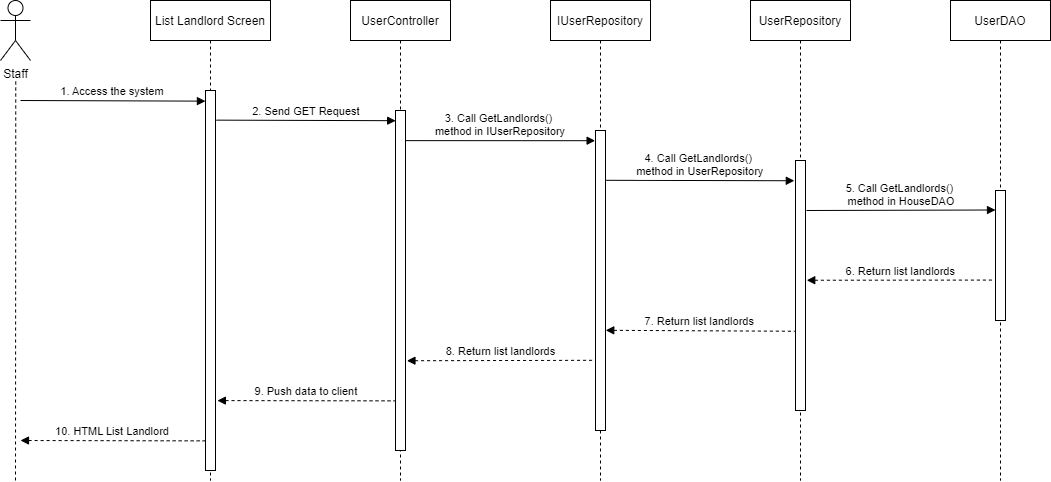
This is Documentation/Diagram/Sequence Diagrams/(Staff) List Landlord Sequence Diagram.drawio.png from nguyenthegiang/fu-house-finder, a draw.io export, as it was before one commit. Source tidied: cells renumbered, new cells last; positions are measured from the earlier drawing's top-left corner, leaving out a move shared by most shapes.
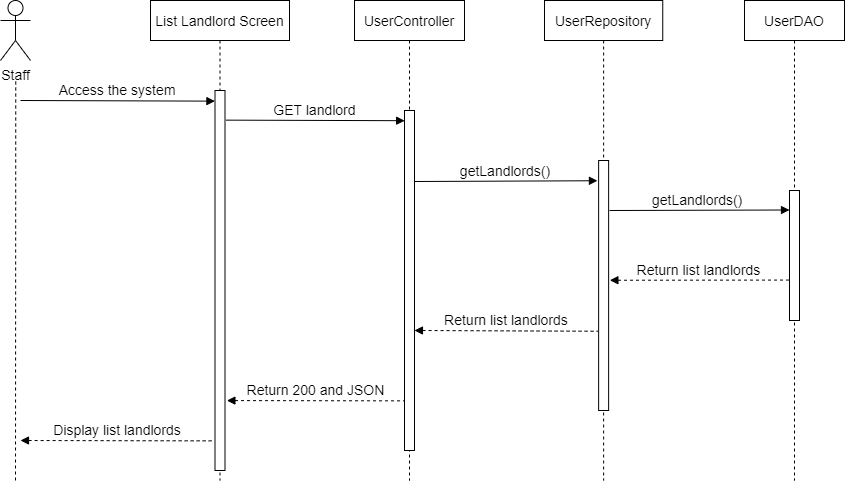
Later version of the same file.

Diff of the diagram source:
```diff
@@ -2,80 +2,68 @@
   <root>
     <mxCell id="0" />
     <mxCell id="1" parent="0" />
-    <mxCell id="2" value="List Landlord Screen" style="shape=umlLifeline;perimeter=lifelinePerimeter;rounded=0;shadow=0;strokeWidth=1;" parent="1" vertex="1">
-      <mxGeometry x="150" width="120" height="480" as="geometry" />
+    <mxCell id="2" value="List Landlord Screen" style="shape=umlLifeline;perimeter=lifelinePerimeter;rounded=0;shadow=0;strokeWidth=1;fontSize=14;" parent="1" vertex="1">
+      <mxGeometry x="226" y="639" width="139" height="480" as="geometry" />
     </mxCell>
-    <mxCell id="3" style="points=[];perimeter=orthogonalPerimeter;rounded=0;shadow=0;strokeWidth=1;" parent="2" vertex="1">
-      <mxGeometry x="55" y="90" width="10" height="380" as="geometry" />
-    </mxCell>
+    <mxCell id="24" style="points=[];perimeter=orthogonalPerimeter;rounded=0;shadow=0;strokeWidth=1;fontSize=14;" parent="2" vertex="1">
+      <mxGeometry x="64.5" y="90" width="10" height="380" as="geometry" />
+    </mxCell>
-    <mxCell id="4" value="UserController" style="shape=umlLifeline;perimeter=lifelinePerimeter;rounded=0;shadow=0;strokeWidth=1;" parent="1" vertex="1">
-      <mxGeometry x="350" width="100" height="480" as="geometry" />
+    <mxCell id="4" value="UserController" style="shape=umlLifeline;perimeter=lifelinePerimeter;rounded=0;shadow=0;strokeWidth=1;fontSize=14;" parent="1" vertex="1">
+      <mxGeometry x="430" y="639" width="110" height="480" as="geometry" />
     </mxCell>
-    <mxCell id="5" style="points=[];perimeter=orthogonalPerimeter;rounded=0;shadow=0;strokeWidth=1;" parent="4" vertex="1">
-      <mxGeometry x="45" y="110" width="10" height="340" as="geometry" />
-    </mxCell>
+    <mxCell id="25" style="points=[];perimeter=orthogonalPerimeter;rounded=0;shadow=0;strokeWidth=1;fontSize=14;" parent="4" vertex="1">
+      <mxGeometry x="50" y="110" width="10" height="340" as="geometry" />
+    </mxCell>
-    <mxCell id="6" value="Staff" style="shape=umlActor;verticalLabelPosition=bottom;verticalAlign=top;html=1;" parent="1" vertex="1">
-      <mxGeometry width="30" height="60" as="geometry" />
+    <mxCell id="6" value="Staff" style="shape=umlActor;verticalLabelPosition=bottom;verticalAlign=top;html=1;fontSize=14;" parent="1" vertex="1">
+      <mxGeometry x="76" y="639" width="30" height="60" as="geometry" />
     </mxCell>
-    <mxCell id="7" style="endArrow=none;dashed=1;html=1;rounded=0;startArrow=none;" parent="1" edge="1">
-      <mxGeometry relative="1" as="geometry">
-        <mxPoint x="15" y="480" as="sourcePoint" />
-        <mxPoint x="15.2" y="80" as="targetPoint" />
-      </mxGeometry>
-    </mxCell>
-    <mxCell id="8" value="1. Access the system" style="verticalAlign=bottom;endArrow=block;entryX=-0.007;entryY=0.028;shadow=0;strokeWidth=1;entryDx=0;entryDy=0;entryPerimeter=0;" parent="1" edge="1" target="3">
-      <mxGeometry relative="1" as="geometry">
-        <mxPoint x="20" y="100" as="sourcePoint" />
-      </mxGeometry>
-    </mxCell>
-    <mxCell id="9" value="2. Send GET Request" style="verticalAlign=bottom;endArrow=block;shadow=0;strokeWidth=1;entryX=0.016;entryY=0.03;entryDx=0;entryDy=0;entryPerimeter=0;exitX=1.094;exitY=0.078;exitDx=0;exitDy=0;exitPerimeter=0;" parent="1" edge="1" source="3" target="5">
-      <mxGeometry relative="1" as="geometry" />
-    </mxCell>
-    <mxCell id="10" value="IUserRepository" style="shape=umlLifeline;perimeter=lifelinePerimeter;rounded=0;shadow=0;strokeWidth=1;" parent="1" vertex="1">
-      <mxGeometry x="550" width="100" height="480" as="geometry" />
-    </mxCell>
-    <mxCell id="11" style="points=[];perimeter=orthogonalPerimeter;rounded=0;shadow=0;strokeWidth=1;" parent="10" vertex="1">
-      <mxGeometry x="45" y="130" width="10" height="300" as="geometry" />
-    </mxCell>
-    <mxCell id="12" value="3. Call GetLandlords()  &#10;method in IUserRepository" style="verticalAlign=bottom;endArrow=block;shadow=0;strokeWidth=1;entryX=-0.037;entryY=0.034;entryDx=0;entryDy=0;entryPerimeter=0;exitX=1.019;exitY=0.159;exitDx=0;exitDy=0;exitPerimeter=0;" parent="10" edge="1" target="11">
-      <mxGeometry relative="1" as="geometry">
-        <mxPoint x="-145" y="140.1" as="sourcePoint" />
-      </mxGeometry>
-    </mxCell>
+    <mxCell id="26" style="endArrow=none;dashed=1;html=1;rounded=0;startArrow=none;fontSize=14;" parent="1" edge="1">
+      <mxGeometry relative="1" as="geometry">
+        <mxPoint x="91" y="1119" as="sourcePoint" />
+        <mxPoint x="91.2" y="719" as="targetPoint" />
+      </mxGeometry>
+    </mxCell>
+    <mxCell id="27" value="Access the system" style="verticalAlign=bottom;endArrow=block;entryX=-0.007;entryY=0.028;shadow=0;strokeWidth=1;entryDx=0;entryDy=0;entryPerimeter=0;fontSize=14;" parent="1" edge="1" target="24">
+      <mxGeometry relative="1" as="geometry">
+        <mxPoint x="96" y="739" as="sourcePoint" />
+      </mxGeometry>
+    </mxCell>
+    <mxCell id="28" value="GET landlord" style="verticalAlign=bottom;endArrow=block;shadow=0;strokeWidth=1;entryX=0.016;entryY=0.03;entryDx=0;entryDy=0;entryPerimeter=0;exitX=1.094;exitY=0.078;exitDx=0;exitDy=0;exitPerimeter=0;fontSize=14;" parent="1" edge="1" source="24" target="25">
+      <mxGeometry relative="1" as="geometry" />
+    </mxCell>
-    <mxCell id="13" value="UserRepository" style="shape=umlLifeline;perimeter=lifelinePerimeter;rounded=0;shadow=0;strokeWidth=1;" parent="1" vertex="1">
-      <mxGeometry x="750" width="100" height="480" as="geometry" />
+    <mxCell id="13" value="UserRepository" style="shape=umlLifeline;perimeter=lifelinePerimeter;rounded=0;shadow=0;strokeWidth=1;fontSize=14;" parent="1" vertex="1">
+      <mxGeometry x="620" y="639" width="118.2" height="480" as="geometry" />
     </mxCell>
-    <mxCell id="14" style="points=[];perimeter=orthogonalPerimeter;rounded=0;shadow=0;strokeWidth=1;" parent="13" vertex="1">
-      <mxGeometry x="45" y="160" width="10" height="250" as="geometry" />
-    </mxCell>
+    <mxCell id="29" style="points=[];perimeter=orthogonalPerimeter;rounded=0;shadow=0;strokeWidth=1;fontSize=14;" parent="13" vertex="1">
+      <mxGeometry x="54.1" y="160" width="10" height="250" as="geometry" />
+    </mxCell>
-    <mxCell id="15" value="UserDAO" style="shape=umlLifeline;perimeter=lifelinePerimeter;rounded=0;shadow=0;strokeWidth=1;" parent="1" vertex="1">
-      <mxGeometry x="950" width="100" height="480" as="geometry" />
+    <mxCell id="15" value="UserDAO" style="shape=umlLifeline;perimeter=lifelinePerimeter;rounded=0;shadow=0;strokeWidth=1;fontSize=14;" parent="1" vertex="1">
+      <mxGeometry x="820" y="639" width="100" height="480" as="geometry" />
     </mxCell>
-    <mxCell id="16" style="points=[];perimeter=orthogonalPerimeter;rounded=0;shadow=0;strokeWidth=1;" parent="15" vertex="1">
-      <mxGeometry x="45" y="190" width="10" height="130" as="geometry" />
-    </mxCell>
-    <mxCell id="17" value="4. Call GetLandlords()  &#10;method in UserRepository" style="verticalAlign=bottom;endArrow=block;shadow=0;strokeWidth=1;exitX=1.076;exitY=0.166;exitDx=0;exitDy=0;exitPerimeter=0;entryX=-0.12;entryY=0.081;entryDx=0;entryDy=0;entryPerimeter=0;" parent="1" edge="1" source="11" target="14">
-      <mxGeometry relative="1" as="geometry" />
-    </mxCell>
-    <mxCell id="18" value="5. Call GetLandlords()  &#10;method in HouseDAO" style="verticalAlign=bottom;endArrow=block;shadow=0;strokeWidth=1;exitX=1.097;exitY=0.2;exitDx=0;exitDy=0;exitPerimeter=0;entryX=0;entryY=0.15;entryDx=0;entryDy=0;entryPerimeter=0;" parent="1" edge="1" source="14" target="16">
-      <mxGeometry relative="1" as="geometry" />
-    </mxCell>
-    <mxCell id="19" value="6. Return list landlords" style="verticalAlign=bottom;endArrow=none;shadow=0;strokeWidth=1;entryX=-0.102;entryY=0.689;entryDx=0;entryDy=0;entryPerimeter=0;endFill=0;startArrow=block;startFill=1;dashed=1;exitX=1.126;exitY=0.479;exitDx=0;exitDy=0;exitPerimeter=0;" parent="1" edge="1" source="14" target="16">
-      <mxGeometry relative="1" as="geometry" />
-    </mxCell>
-    <mxCell id="20" value="7. Return list landlords" style="verticalAlign=bottom;endArrow=none;shadow=0;strokeWidth=1;endFill=0;startArrow=block;startFill=1;dashed=1;exitX=1.025;exitY=0.666;exitDx=0;exitDy=0;exitPerimeter=0;entryX=-0.079;entryY=0.683;entryDx=0;entryDy=0;entryPerimeter=0;" parent="1" edge="1" source="11" target="14">
-      <mxGeometry relative="1" as="geometry" />
-    </mxCell>
-    <mxCell id="21" value="8. Return list landlords" style="verticalAlign=bottom;endArrow=none;shadow=0;strokeWidth=1;entryX=-0.109;entryY=0.766;entryDx=0;entryDy=0;entryPerimeter=0;endFill=0;startArrow=block;startFill=1;dashed=1;exitX=1.145;exitY=0.736;exitDx=0;exitDy=0;exitPerimeter=0;" parent="1" edge="1" source="5" target="11">
-      <mxGeometry relative="1" as="geometry" />
-    </mxCell>
-    <mxCell id="22" value="9. Push data to client" style="verticalAlign=bottom;endArrow=none;shadow=0;strokeWidth=1;entryX=-0.049;entryY=0.854;entryDx=0;entryDy=0;entryPerimeter=0;endFill=0;startArrow=block;startFill=1;dashed=1;exitX=1.19;exitY=0.816;exitDx=0;exitDy=0;exitPerimeter=0;" parent="1" edge="1" source="3" target="5">
-      <mxGeometry relative="1" as="geometry" />
-    </mxCell>
-    <mxCell id="23" value="10. HTML List Landlord" style="verticalAlign=bottom;endArrow=none;shadow=0;strokeWidth=1;entryX=-0.034;entryY=0.922;entryDx=0;entryDy=0;entryPerimeter=0;endFill=0;startArrow=block;startFill=1;dashed=1;" parent="1" edge="1" target="3">
-      <mxGeometry relative="1" as="geometry">
-        <mxPoint x="20" y="440" as="sourcePoint" />
-      </mxGeometry>
-    </mxCell>
+    <mxCell id="30" style="points=[];perimeter=orthogonalPerimeter;rounded=0;shadow=0;strokeWidth=1;fontSize=14;" parent="15" vertex="1">
+      <mxGeometry x="45" y="190" width="10" height="130" as="geometry" />
+    </mxCell>
+    <mxCell id="31" value="getLandlords()" style="verticalAlign=bottom;endArrow=block;shadow=0;strokeWidth=1;entryX=-0.12;entryY=0.081;entryDx=0;entryDy=0;entryPerimeter=0;fontSize=14;" parent="1" edge="1" target="29">
+      <mxGeometry relative="1" as="geometry">
+        <mxPoint x="490" y="820" as="sourcePoint" />
+      </mxGeometry>
+    </mxCell>
+    <mxCell id="32" value="getLandlords() " style="verticalAlign=bottom;endArrow=block;shadow=0;strokeWidth=1;exitX=1.097;exitY=0.2;exitDx=0;exitDy=0;exitPerimeter=0;entryX=0;entryY=0.15;entryDx=0;entryDy=0;entryPerimeter=0;fontSize=14;" parent="1" edge="1" source="29" target="30">
+      <mxGeometry relative="1" as="geometry" />
+    </mxCell>
+    <mxCell id="33" value="Return list landlords" style="verticalAlign=bottom;endArrow=none;shadow=0;strokeWidth=1;entryX=-0.102;entryY=0.689;entryDx=0;entryDy=0;entryPerimeter=0;endFill=0;startArrow=block;startFill=1;dashed=1;exitX=1.126;exitY=0.479;exitDx=0;exitDy=0;exitPerimeter=0;fontSize=14;" parent="1" edge="1" source="29" target="30">
+      <mxGeometry relative="1" as="geometry" />
+    </mxCell>
+    <mxCell id="34" value="Return list landlords" style="verticalAlign=bottom;endArrow=none;shadow=0;strokeWidth=1;endFill=0;startArrow=block;startFill=1;dashed=1;exitX=0.995;exitY=0.647;exitDx=0;exitDy=0;exitPerimeter=0;entryX=-0.079;entryY=0.683;entryDx=0;entryDy=0;entryPerimeter=0;fontSize=14;" parent="1" edge="1" source="25" target="29">
+      <mxGeometry relative="1" as="geometry" />
+    </mxCell>
+    <mxCell id="35" value="Return 200 and JSON" style="verticalAlign=bottom;endArrow=none;shadow=0;strokeWidth=1;entryX=-0.049;entryY=0.854;entryDx=0;entryDy=0;entryPerimeter=0;endFill=0;startArrow=block;startFill=1;dashed=1;exitX=1.19;exitY=0.816;exitDx=0;exitDy=0;exitPerimeter=0;fontSize=14;" parent="1" edge="1" source="24" target="25">
+      <mxGeometry relative="1" as="geometry" />
+    </mxCell>
+    <mxCell id="36" value="Display list landlords" style="verticalAlign=bottom;endArrow=none;shadow=0;strokeWidth=1;entryX=-0.034;entryY=0.922;entryDx=0;entryDy=0;entryPerimeter=0;endFill=0;startArrow=block;startFill=1;dashed=1;fontSize=14;" parent="1" edge="1" target="24">
+      <mxGeometry relative="1" as="geometry">
+        <mxPoint x="96" y="1079" as="sourcePoint" />
+      </mxGeometry>
+    </mxCell>
   </root>
 </mxGraphModel>
```
